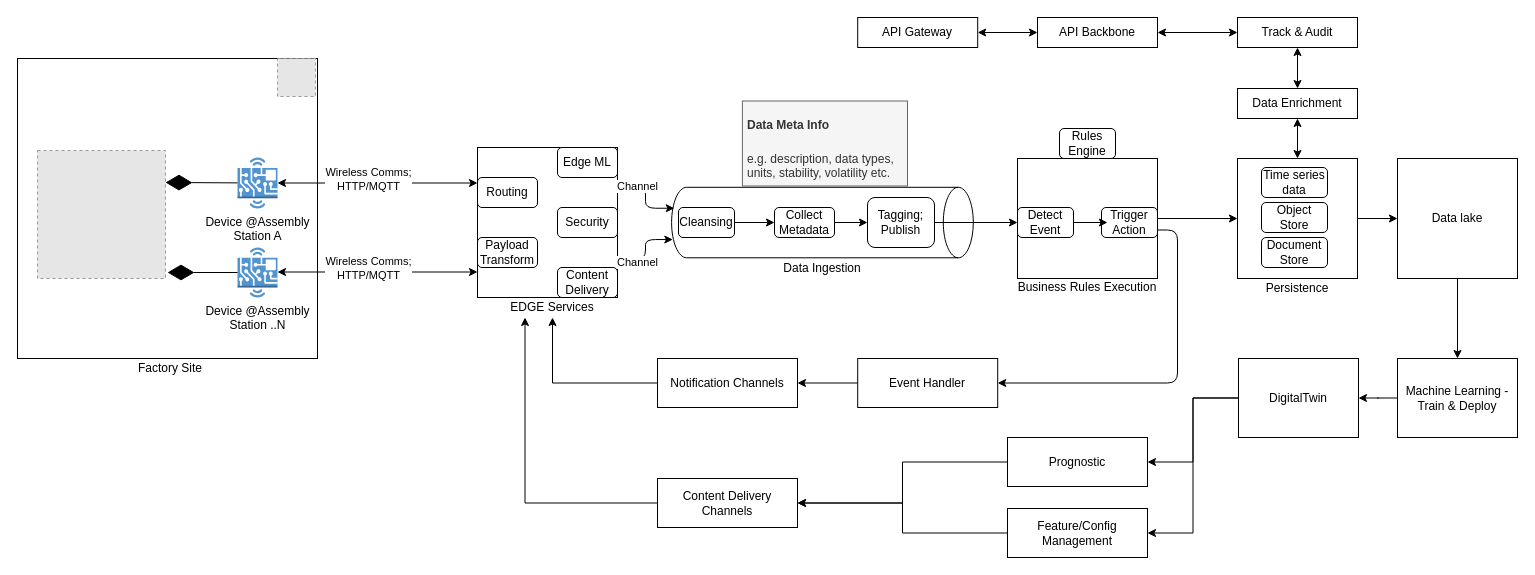
The draw.io diagram page "High Level Design" (1 of 3) of src/main/resources/Blackberry_Ivy_Scenario.drawio in subhachat/CodeKata, before the edit. Source tidied: cells renumbered, new cells numbered last; positions are measured from the earlier drawing's top-left corner, leaving out a move shared by most shapes. Both pictures are drawn from the tidied source at 100%, with x=0, y=0 at pixel (17, 17). Pictures stored in the file or linked from it are replaced by grey dashed boxes.
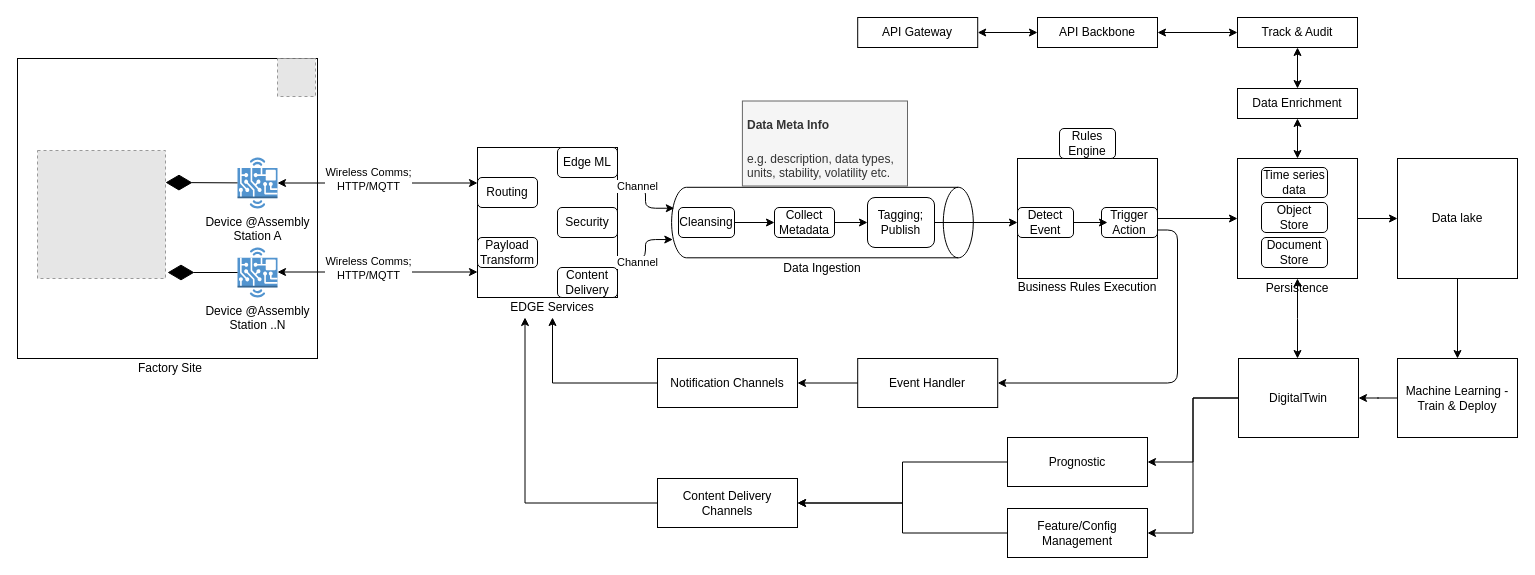
The same diagram, later.

The change refers to these unchanged cells:
```xml
<mxCell id="45" style="rounded=0;whiteSpace=wrap;html=1;shadow=0;" parent="2" vertex="1">
  <mxGeometry x="1220" y="141" width="120" height="120" as="geometry" />
</mxCell>
```

Diff of the diagram source:
```diff
@@
+    <mxCell id="74" style="edgeStyle=orthogonalEdgeStyle;rounded=0;jettySize=auto;html=1;startArrow=classic;startFill=1;" parent="1" edge="1" source="45">
+      <mxGeometry relative="1" as="geometry">
+        <mxPoint x="1280" y="341" as="targetPoint" />
+      </mxGeometry>
+    </mxCell>
```
